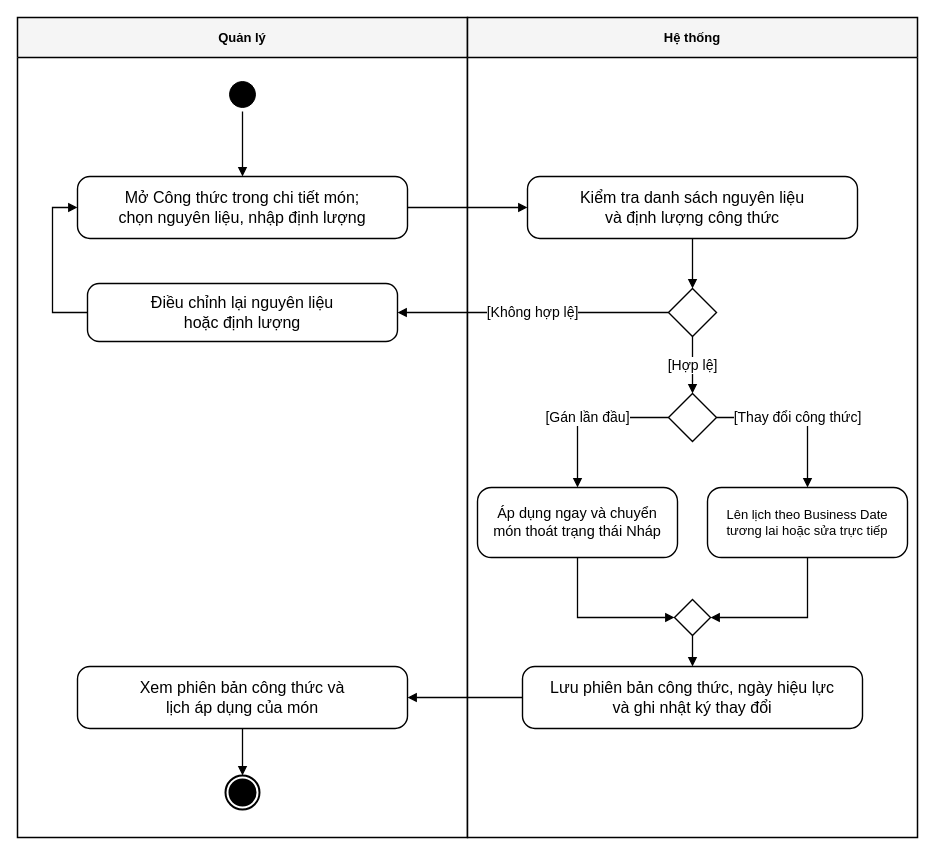
The draw.io diagram page "QT-02 — Thiết lập công thức của món" (2 of 21) of docs/So_do/Quy_trinh_nghiep_vu_HeThongQuanLyNhaHang.drawio in nminhzzz/restaurant-management-ai, before the edit. Source tidied: cells renumbered, new cells numbered last; positions are measured from the earlier drawing's top-left corner, leaving out a move shared by most shapes. Both pictures are drawn from the tidied source at 100%, with x=0, y=0 at pixel (17, 17).
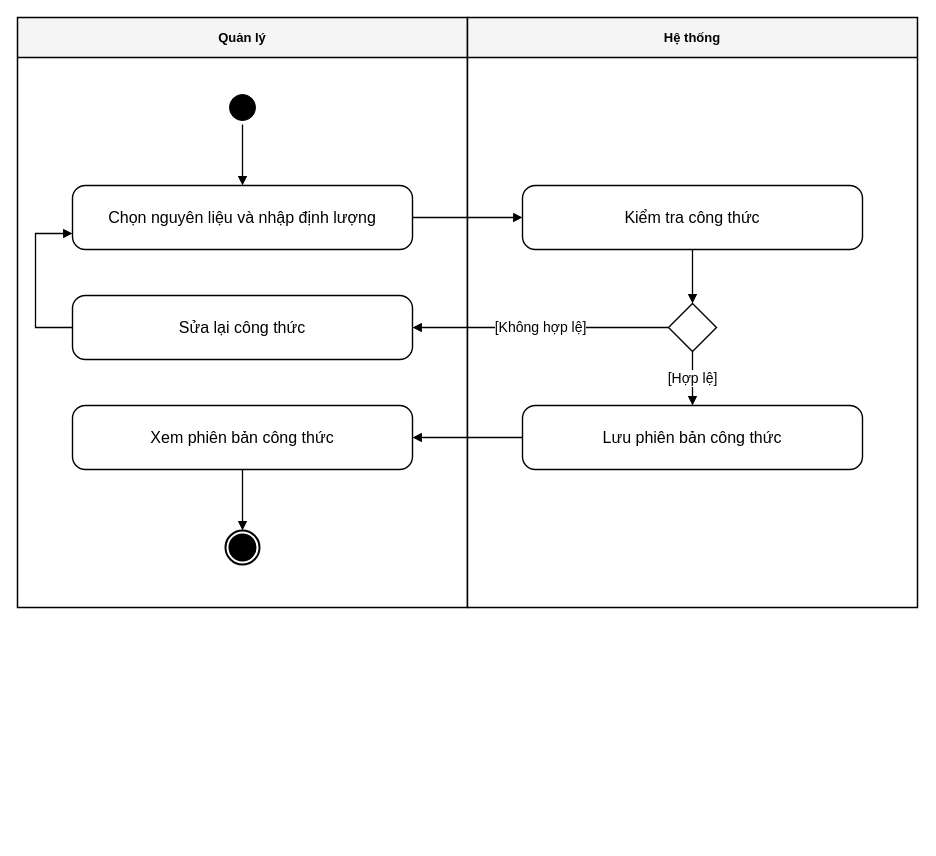
The same page after the edit.

The edit, as a diff of the source:
```diff
@@
     <mxCell id="2" value="Quản lý" style="swimlane;whiteSpace=wrap;html=1;startSize=40;fillColor=#f5f5f5;strokeColor=#000000;fontColor=#000000;fontStyle=1;fontSize=13;swimlaneFillColor=#ffffff;strokeWidth=1.5;rounded=0;arcSize=0;" parent="1" vertex="1">
-      <mxGeometry width="450" height="820" as="geometry" />
+      <mxGeometry width="450" height="590" as="geometry" />
     </mxCell>
     <mxCell id="3" value="Hệ thống" style="swimlane;whiteSpace=wrap;html=1;startSize=40;fillColor=#f5f5f5;strokeColor=#000000;fontColor=#000000;fontStyle=1;fontSize=13;swimlaneFillColor=#ffffff;strokeWidth=1.5;rounded=0;arcSize=0;" parent="1" vertex="1">
-      <mxGeometry x="450" width="450" height="820" as="geometry" />
+      <mxGeometry x="450" width="450" height="590" as="geometry" />
     </mxCell>
-    <mxCell id="4" style="ellipse;html=1;shape=startState;fillColor=#000000;strokeColor=#000000;" parent="1" vertex="1">
-      <mxGeometry x="208" y="60" width="34" height="34" as="geometry" />
-    </mxCell>
-    <mxCell id="5" value="Mở Công thức trong chi tiết món;&#10;chọn nguyên liệu, nhập định lượng" style="rounded=1;whiteSpace=wrap;html=1;arcSize=20;fillColor=#ffffff;strokeColor=#000000;strokeWidth=1.4;fontSize=16;fontColor=#000000;spacing=6;" parent="1" vertex="1">
-      <mxGeometry x="60" y="159" width="330" height="62" as="geometry" />
-    </mxCell>
-    <mxCell id="6" value="Kiểm tra danh sách nguyên liệu&#10;và định lượng công thức" style="rounded=1;whiteSpace=wrap;html=1;arcSize=20;fillColor=#ffffff;strokeColor=#000000;strokeWidth=1.4;fontSize=16;fontColor=#000000;spacing=6;" parent="1" vertex="1">
-      <mxGeometry x="510" y="159" width="330" height="62" as="geometry" />
-    </mxCell>
+    <mxCell id="29" style="ellipse;html=1;shape=startState;fillColor=#000000;strokeColor=#000000;" parent="1" vertex="1">
+      <mxGeometry x="208" y="73" width="34" height="34" as="geometry" />
+    </mxCell>
+    <mxCell id="30" value="Chọn nguyên liệu và nhập định lượng" style="rounded=1;whiteSpace=wrap;html=1;arcSize=20;fillColor=#ffffff;strokeColor=#000000;strokeWidth=1.4;fontSize=16;fontColor=#000000;spacing=6;" parent="1" vertex="1">
+      <mxGeometry x="55" y="168" width="340" height="64" as="geometry" />
+    </mxCell>
+    <mxCell id="31" value="Kiểm tra công thức" style="rounded=1;whiteSpace=wrap;html=1;arcSize=20;fillColor=#ffffff;strokeColor=#000000;strokeWidth=1.4;fontSize=16;fontColor=#000000;spacing=6;" parent="1" vertex="1">
+      <mxGeometry x="505" y="168" width="340" height="64" as="geometry" />
+    </mxCell>
     <mxCell id="7" style="rhombus;whiteSpace=wrap;html=1;fillColor=#ffffff;strokeColor=#000000;strokeWidth=1.4;" parent="1" vertex="1">
-      <mxGeometry x="651" y="271" width="48" height="48" as="geometry" />
+      <mxGeometry x="651" y="286" width="48" height="48" as="geometry" />
     </mxCell>
-    <mxCell id="8" value="Điều chỉnh lại nguyên liệu&#10;hoặc định lượng" style="rounded=1;whiteSpace=wrap;html=1;arcSize=20;fillColor=#ffffff;strokeColor=#000000;strokeWidth=1.4;fontSize=16;fontColor=#000000;spacing=6;" parent="1" vertex="1">
-      <mxGeometry x="70" y="266" width="310" height="58" as="geometry" />
-    </mxCell>
-    <mxCell id="9" style="rhombus;whiteSpace=wrap;html=1;fillColor=#ffffff;strokeColor=#000000;strokeWidth=1.4;" parent="1" vertex="1">
-      <mxGeometry x="651" y="376" width="48" height="48" as="geometry" />
-    </mxCell>
-    <mxCell id="10" value="Áp dụng ngay và chuyển&#10;món thoát trạng thái Nháp" style="rounded=1;whiteSpace=wrap;html=1;arcSize=20;fillColor=#ffffff;strokeColor=#000000;strokeWidth=1.4;fontSize=14.5;fontColor=#000000;spacing=6;" parent="1" vertex="1">
-      <mxGeometry x="460" y="470" width="200" height="70" as="geometry" />
-    </mxCell>
-    <mxCell id="11" value="Lên lịch theo Business Date&#10;tương lai hoặc sửa trực tiếp" style="rounded=1;whiteSpace=wrap;html=1;arcSize=20;fillColor=#ffffff;strokeColor=#000000;strokeWidth=1.4;fontSize=13.0;fontColor=#000000;spacing=6;" parent="1" vertex="1">
-      <mxGeometry x="690" y="470" width="200" height="70" as="geometry" />
-    </mxCell>
-    <mxCell id="12" style="rhombus;whiteSpace=wrap;html=1;fillColor=#ffffff;strokeColor=#000000;strokeWidth=1.4;" parent="1" vertex="1">
-      <mxGeometry x="657" y="582" width="36" height="36" as="geometry" />
-    </mxCell>
-    <mxCell id="13" value="Lưu phiên bản công thức, ngày hiệu lực&#10;và ghi nhật ký thay đổi" style="rounded=1;whiteSpace=wrap;html=1;arcSize=20;fillColor=#ffffff;strokeColor=#000000;strokeWidth=1.4;fontSize=16;fontColor=#000000;spacing=6;" parent="1" vertex="1">
-      <mxGeometry x="505" y="649" width="340" height="62" as="geometry" />
-    </mxCell>
-    <mxCell id="14" value="Xem phiên bản công thức và&#10;lịch áp dụng của món" style="rounded=1;whiteSpace=wrap;html=1;arcSize=20;fillColor=#ffffff;strokeColor=#000000;strokeWidth=1.4;fontSize=16;fontColor=#000000;spacing=6;" parent="1" vertex="1">
-      <mxGeometry x="60" y="649" width="330" height="62" as="geometry" />
-    </mxCell>
-    <mxCell id="15" style="ellipse;html=1;shape=endState;fillColor=#000000;strokeColor=#000000;strokeWidth=2;" parent="1" vertex="1">
-      <mxGeometry x="208" y="758" width="34" height="34" as="geometry" />
-    </mxCell>
-    <mxCell id="16" style="edgeStyle=orthogonalEdgeStyle;rounded=0;jettySize=auto;html=1;exitX=.5;exitY=1;exitDx=0;exitDy=0;entryX=.5;entryY=0;entryDx=0;entryDy=0;strokeColor=#000000;strokeWidth=1.3;endArrow=block;endFill=1;fontSize=14;fontStyle=0;fontColor=#000000;labelBackgroundColor=#ffffff;" parent="1" edge="1" source="4" target="5">
-      <mxGeometry relative="1" as="geometry" />
-    </mxCell>
-    <mxCell id="17" style="edgeStyle=orthogonalEdgeStyle;rounded=0;jettySize=auto;html=1;exitX=1.0;exitY=0.5;exitDx=0;exitDy=0;entryX=0.0;entryY=0.5;entryDx=0;entryDy=0;strokeColor=#000000;strokeWidth=1.3;endArrow=block;endFill=1;fontSize=14;fontStyle=0;fontColor=#000000;labelBackgroundColor=#ffffff;" parent="1" edge="1" source="5" target="6">
-      <mxGeometry relative="1" as="geometry" />
-    </mxCell>
-    <mxCell id="18" style="edgeStyle=orthogonalEdgeStyle;rounded=0;jettySize=auto;html=1;exitX=0.5;exitY=1.0;exitDx=0;exitDy=0;entryX=0.5;entryY=0.0;entryDx=0;entryDy=0;strokeColor=#000000;strokeWidth=1.3;endArrow=block;endFill=1;fontSize=14;fontStyle=0;fontColor=#000000;labelBackgroundColor=#ffffff;" parent="1" edge="1" source="6" target="7">
-      <mxGeometry relative="1" as="geometry" />
-    </mxCell>
+    <mxCell id="32" value="Sửa lại công thức" style="rounded=1;whiteSpace=wrap;html=1;arcSize=20;fillColor=#ffffff;strokeColor=#000000;strokeWidth=1.4;fontSize=16;fontColor=#000000;spacing=6;" parent="1" vertex="1">
+      <mxGeometry x="55" y="278" width="340" height="64" as="geometry" />
+    </mxCell>
+    <mxCell id="33" value="Lưu phiên bản công thức" style="rounded=1;whiteSpace=wrap;html=1;arcSize=20;fillColor=#ffffff;strokeColor=#000000;strokeWidth=1.4;fontSize=16;fontColor=#000000;spacing=6;" parent="1" vertex="1">
+      <mxGeometry x="505" y="388" width="340" height="64" as="geometry" />
+    </mxCell>
+    <mxCell id="34" value="Xem phiên bản công thức" style="rounded=1;whiteSpace=wrap;html=1;arcSize=20;fillColor=#ffffff;strokeColor=#000000;strokeWidth=1.4;fontSize=16;fontColor=#000000;spacing=6;" parent="1" vertex="1">
+      <mxGeometry x="55" y="388" width="340" height="64" as="geometry" />
+    </mxCell>
+    <mxCell id="35" style="ellipse;html=1;shape=endState;fillColor=#000000;strokeColor=#000000;strokeWidth=2;" parent="1" vertex="1">
+      <mxGeometry x="208" y="513" width="34" height="34" as="geometry" />
+    </mxCell>
+    <mxCell id="36" style="edgeStyle=orthogonalEdgeStyle;rounded=0;jettySize=auto;html=1;strokeColor=#000000;strokeWidth=1.3;endArrow=block;endFill=1;fontSize=14;fontStyle=0;fontColor=#000000;labelBackgroundColor=#ffffff;exitX=0.5;exitY=1;exitDx=0;exitDy=0;entryX=0.5;entryY=0;entryDx=0;entryDy=0;" parent="1" edge="1" source="29" target="30">
+      <mxGeometry relative="1" as="geometry" />
+    </mxCell>
+    <mxCell id="37" style="edgeStyle=orthogonalEdgeStyle;rounded=0;jettySize=auto;html=1;strokeColor=#000000;strokeWidth=1.3;endArrow=block;endFill=1;fontSize=14;fontStyle=0;fontColor=#000000;labelBackgroundColor=#ffffff;exitX=1;exitY=0.5;exitDx=0;exitDy=0;entryX=0;entryY=0.5;entryDx=0;entryDy=0;" parent="1" edge="1" source="30" target="31">
+      <mxGeometry relative="1" as="geometry" />
+    </mxCell>
+    <mxCell id="38" style="edgeStyle=orthogonalEdgeStyle;rounded=0;jettySize=auto;html=1;strokeColor=#000000;strokeWidth=1.3;endArrow=block;endFill=1;fontSize=14;fontStyle=0;fontColor=#000000;labelBackgroundColor=#ffffff;exitX=0.5;exitY=1;exitDx=0;exitDy=0;entryX=0.5;entryY=0;entryDx=0;entryDy=0;" parent="1" edge="1" source="31" target="7">
+      <mxGeometry relative="1" as="geometry" />
+    </mxCell>
-    <mxCell id="19" value="[Không hợp lệ]" style="edgeStyle=orthogonalEdgeStyle;rounded=0;jettySize=auto;html=1;exitX=0.0;exitY=0.5;exitDx=0;exitDy=0;entryX=1.0;entryY=0.5;entryDx=0;entryDy=0;strokeColor=#000000;strokeWidth=1.3;endArrow=block;endFill=1;fontSize=14;fontStyle=0;fontColor=#000000;labelBackgroundColor=#ffffff;" parent="1" edge="1" source="7" target="8">
+    <mxCell id="19" value="[Không hợp lệ]" style="edgeStyle=orthogonalEdgeStyle;rounded=0;jettySize=auto;html=1;strokeColor=#000000;strokeWidth=1.3;endArrow=block;endFill=1;fontSize=14;fontStyle=0;fontColor=#000000;labelBackgroundColor=#ffffff;exitX=0;exitY=0.5;exitDx=0;exitDy=0;entryX=1;entryY=0.5;entryDx=0;entryDy=0;" parent="1" edge="1" source="7" target="32">
       <mxGeometry relative="1" as="geometry" />
     </mxCell>
-    <mxCell id="20" style="edgeStyle=orthogonalEdgeStyle;rounded=0;jettySize=auto;html=1;exitX=0.0;exitY=0.5;exitDx=0;exitDy=0;entryX=0;entryY=.5;entryDx=0;entryDy=0;strokeColor=#000000;strokeWidth=1.3;endArrow=block;endFill=1;fontSize=14;fontStyle=0;fontColor=#000000;labelBackgroundColor=#ffffff;" parent="1" edge="1" source="8" target="5">
-      <mxGeometry relative="1" as="geometry">
-        <Array as="points">
-          <mxPoint x="35" y="295" />
-          <mxPoint x="35" y="190" />
-        </Array>
-      </mxGeometry>
-    </mxCell>
+    <mxCell id="39" style="edgeStyle=orthogonalEdgeStyle;rounded=0;jettySize=auto;html=1;strokeColor=#000000;strokeWidth=1.3;endArrow=block;endFill=1;fontSize=14;fontStyle=0;fontColor=#000000;labelBackgroundColor=#ffffff;exitX=0;exitY=0.5;exitDx=0;exitDy=0;entryX=0;entryY=0.75;entryDx=0;entryDy=0;" parent="1" edge="1" source="32" target="30">
+      <mxGeometry relative="1" as="geometry">
+        <Array as="points">
+          <mxPoint x="18" y="310" />
+          <mxPoint x="18" y="216" />
+        </Array>
+      </mxGeometry>
+    </mxCell>
-    <mxCell id="21" value="[Hợp lệ]" style="edgeStyle=orthogonalEdgeStyle;rounded=0;jettySize=auto;html=1;exitX=0.5;exitY=1.0;exitDx=0;exitDy=0;entryX=0.5;entryY=0.0;entryDx=0;entryDy=0;strokeColor=#000000;strokeWidth=1.3;endArrow=block;endFill=1;fontSize=14;fontStyle=0;fontColor=#000000;labelBackgroundColor=#ffffff;" parent="1" edge="1" source="7" target="9">
+    <mxCell id="21" value="[Hợp lệ]" style="edgeStyle=orthogonalEdgeStyle;rounded=0;jettySize=auto;html=1;strokeColor=#000000;strokeWidth=1.3;endArrow=block;endFill=1;fontSize=14;fontStyle=0;fontColor=#000000;labelBackgroundColor=#ffffff;exitX=0.5;exitY=1;exitDx=0;exitDy=0;entryX=0.5;entryY=0;entryDx=0;entryDy=0;" parent="1" edge="1" source="7" target="33">
       <mxGeometry relative="1" as="geometry" />
     </mxCell>
-    <mxCell id="22" value="[Gán lần đầu]" style="edgeStyle=orthogonalEdgeStyle;rounded=0;jettySize=auto;html=1;exitX=0.0;exitY=0.5;exitDx=0;exitDy=0;entryX=0.5;entryY=0.0;entryDx=0;entryDy=0;strokeColor=#000000;strokeWidth=1.3;endArrow=block;endFill=1;fontSize=14;fontStyle=0;fontColor=#000000;labelBackgroundColor=#ffffff;" parent="1" edge="1" source="9" target="10">
-      <mxGeometry relative="1" as="geometry">
-        <Array as="points">
-          <mxPoint x="560" y="400" />
-        </Array>
-      </mxGeometry>
-    </mxCell>
-    <mxCell id="23" value="[Thay đổi công thức]" style="edgeStyle=orthogonalEdgeStyle;rounded=0;jettySize=auto;html=1;exitX=1.0;exitY=0.5;exitDx=0;exitDy=0;entryX=0.5;entryY=0.0;entryDx=0;entryDy=0;strokeColor=#000000;strokeWidth=1.3;endArrow=block;endFill=1;fontSize=14;fontStyle=0;fontColor=#000000;labelBackgroundColor=#ffffff;" parent="1" edge="1" source="9" target="11">
-      <mxGeometry relative="1" as="geometry">
-        <Array as="points">
-          <mxPoint x="790" y="400" />
-        </Array>
-      </mxGeometry>
-    </mxCell>
-    <mxCell id="24" style="edgeStyle=orthogonalEdgeStyle;rounded=0;jettySize=auto;html=1;exitX=0.5;exitY=1.0;exitDx=0;exitDy=0;entryX=0.0;entryY=0.5;entryDx=0;entryDy=0;strokeColor=#000000;strokeWidth=1.3;endArrow=block;endFill=1;fontSize=14;fontStyle=0;fontColor=#000000;labelBackgroundColor=#ffffff;" parent="1" edge="1" source="10" target="12">
-      <mxGeometry relative="1" as="geometry">
-        <Array as="points">
-          <mxPoint x="560" y="600" />
-        </Array>
-      </mxGeometry>
-    </mxCell>
-    <mxCell id="25" style="edgeStyle=orthogonalEdgeStyle;rounded=0;jettySize=auto;html=1;exitX=0.5;exitY=1.0;exitDx=0;exitDy=0;entryX=1.0;entryY=0.5;entryDx=0;entryDy=0;strokeColor=#000000;strokeWidth=1.3;endArrow=block;endFill=1;fontSize=14;fontStyle=0;fontColor=#000000;labelBackgroundColor=#ffffff;" parent="1" edge="1" source="11" target="12">
-      <mxGeometry relative="1" as="geometry">
-        <Array as="points">
-          <mxPoint x="790" y="600" />
-        </Array>
-      </mxGeometry>
-    </mxCell>
-    <mxCell id="26" style="edgeStyle=orthogonalEdgeStyle;rounded=0;jettySize=auto;html=1;exitX=0.5;exitY=1.0;exitDx=0;exitDy=0;entryX=0.5;entryY=0.0;entryDx=0;entryDy=0;strokeColor=#000000;strokeWidth=1.3;endArrow=block;endFill=1;fontSize=14;fontStyle=0;fontColor=#000000;labelBackgroundColor=#ffffff;" parent="1" edge="1" source="12" target="13">
-      <mxGeometry relative="1" as="geometry" />
-    </mxCell>
-    <mxCell id="27" style="edgeStyle=orthogonalEdgeStyle;rounded=0;jettySize=auto;html=1;exitX=0.0;exitY=0.5;exitDx=0;exitDy=0;entryX=1.0;entryY=0.5;entryDx=0;entryDy=0;strokeColor=#000000;strokeWidth=1.3;endArrow=block;endFill=1;fontSize=14;fontStyle=0;fontColor=#000000;labelBackgroundColor=#ffffff;" parent="1" edge="1" source="13" target="14">
-      <mxGeometry relative="1" as="geometry" />
-    </mxCell>
-    <mxCell id="28" style="edgeStyle=orthogonalEdgeStyle;rounded=0;jettySize=auto;html=1;exitX=0.5;exitY=1.0;exitDx=0;exitDy=0;entryX=0.5;entryY=0.0;entryDx=0;entryDy=0;strokeColor=#000000;strokeWidth=1.3;endArrow=block;endFill=1;fontSize=14;fontStyle=0;fontColor=#000000;labelBackgroundColor=#ffffff;" parent="1" edge="1" source="14" target="15">
-      <mxGeometry relative="1" as="geometry" />
-    </mxCell>
+    <mxCell id="40" style="edgeStyle=orthogonalEdgeStyle;rounded=0;jettySize=auto;html=1;strokeColor=#000000;strokeWidth=1.3;endArrow=block;endFill=1;fontSize=14;fontStyle=0;fontColor=#000000;labelBackgroundColor=#ffffff;exitX=0;exitY=0.5;exitDx=0;exitDy=0;entryX=1;entryY=0.5;entryDx=0;entryDy=0;" parent="1" edge="1" source="33" target="34">
+      <mxGeometry relative="1" as="geometry" />
+    </mxCell>
+    <mxCell id="41" style="edgeStyle=orthogonalEdgeStyle;rounded=0;jettySize=auto;html=1;strokeColor=#000000;strokeWidth=1.3;endArrow=block;endFill=1;fontSize=14;fontStyle=0;fontColor=#000000;labelBackgroundColor=#ffffff;exitX=0.5;exitY=1;exitDx=0;exitDy=0;entryX=0.5;entryY=0;entryDx=0;entryDy=0;" parent="1" edge="1" source="34" target="35">
+      <mxGeometry relative="1" as="geometry" />
+    </mxCell>
```
